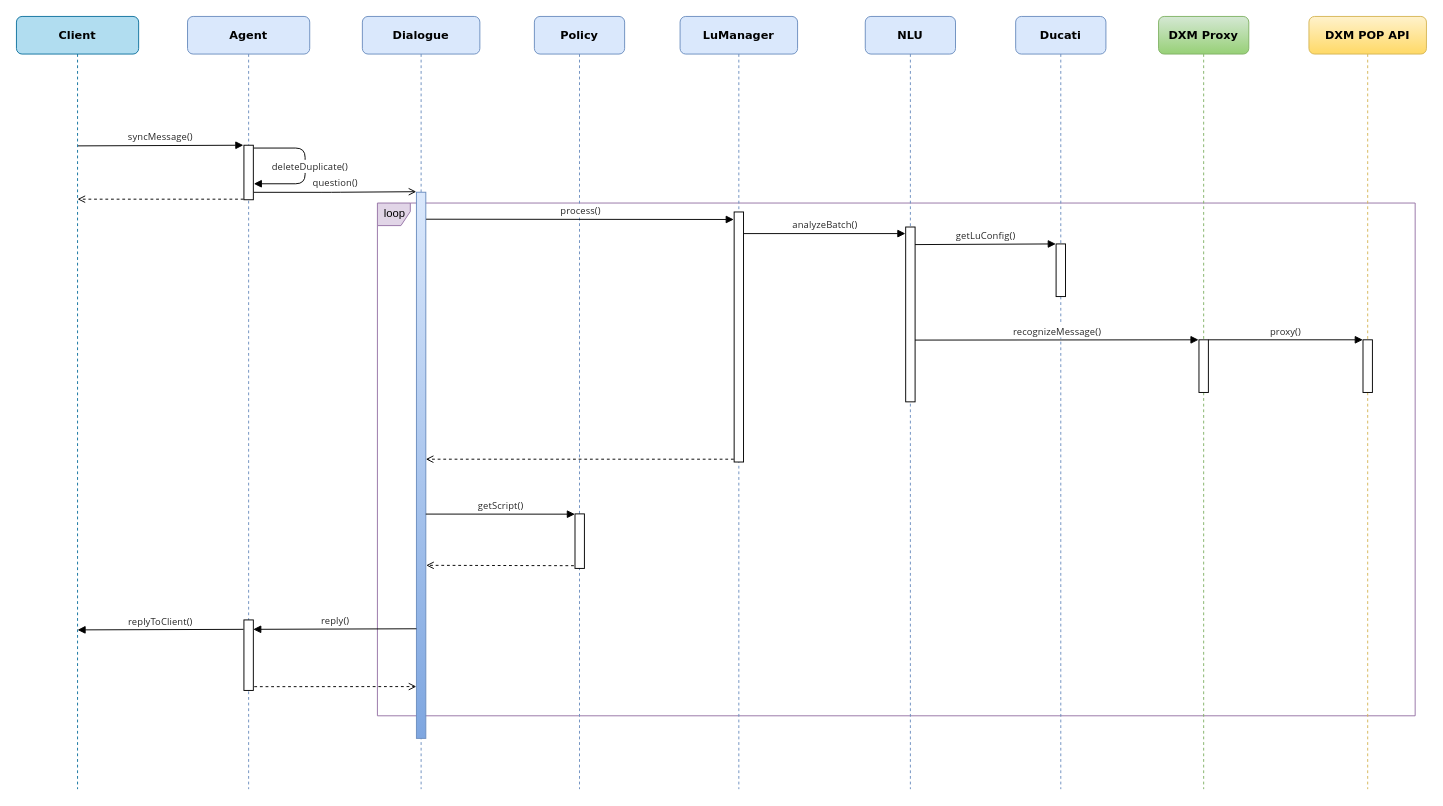
The draw.io diagram leyan/dxm/Sequence Diagram 6.drawio in GeekKwok/UML, before the edit. Source tidied: cells renumbered, new cells numbered last; positions are measured from the earlier drawing's top-left corner, leaving out a move shared by most shapes. Both pictures are drawn from the tidied source at 94%, with x=0, y=0 at pixel (16, 16).
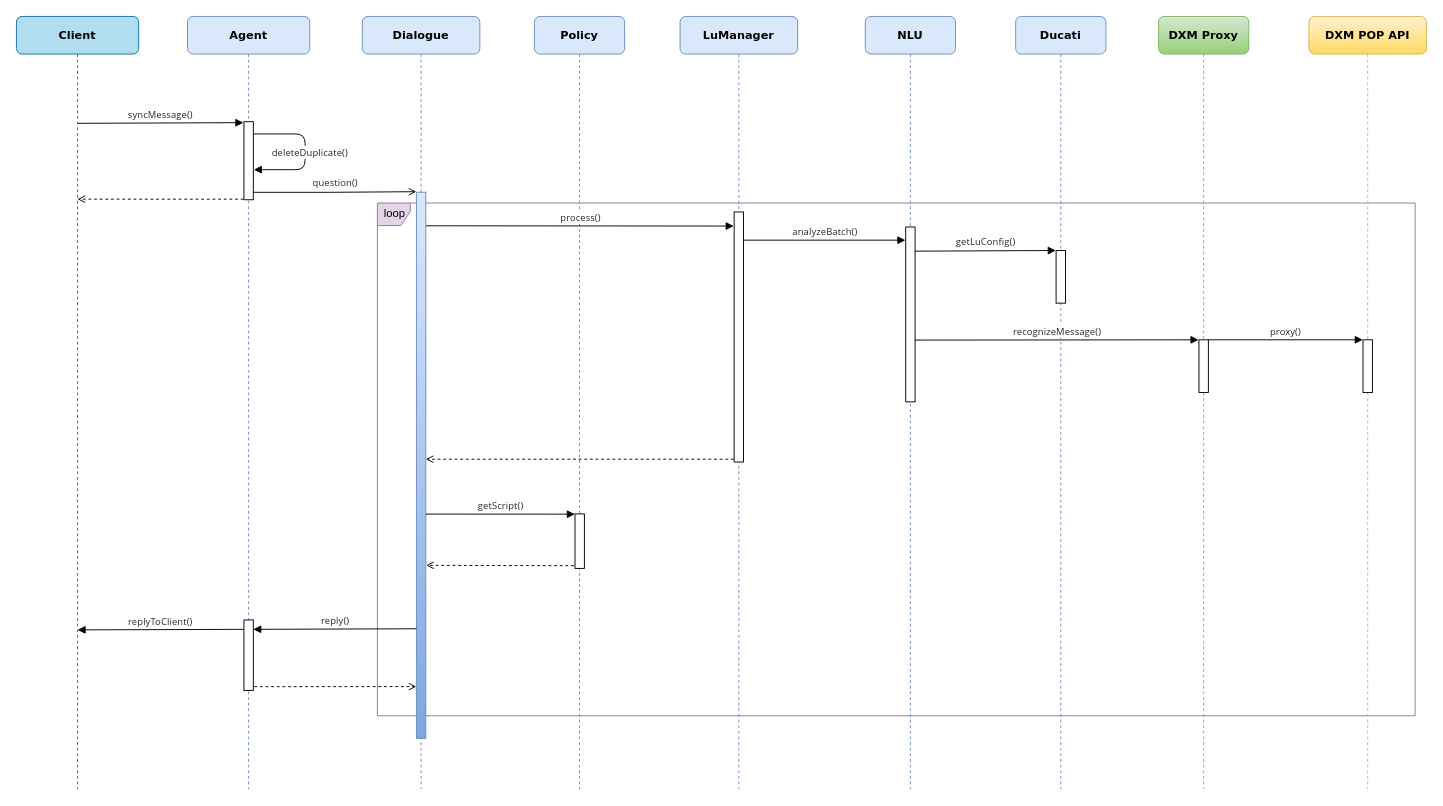
The same diagram, later.

Unchanged cells that the change refers to:
```xml
<mxCell id="3" value="&lt;b&gt;Ducati&lt;/b&gt;" style="shape=umlLifeline;perimeter=lifelinePerimeter;whiteSpace=wrap;html=1;rounded=1;shadow=0;comic=0;labelBackgroundColor=none;strokeWidth=1;fontFamily=Verdana;fontSize=12;align=center;fillColor=#dae8fc;strokeColor=#6c8ebf;" parent="1" vertex="1">
  <mxGeometry x="1063" width="96" height="822" as="geometry" />
</mxCell>
<mxCell id="6" value="&lt;b&gt;Agent&lt;/b&gt;" style="shape=umlLifeline;perimeter=lifelinePerimeter;whiteSpace=wrap;html=1;rounded=1;shadow=0;comic=0;labelBackgroundColor=none;strokeWidth=1;fontFamily=Verdana;fontSize=12;align=center;fillColor=#dae8fc;strokeColor=#6c8ebf;" parent="1" vertex="1">
  <mxGeometry x="182" width="130" height="822" as="geometry" />
</mxCell>
```

Change to the diagram source:
```diff
@@
     <mxCell id="4" style="html=1;perimeter=orthogonalPerimeter;rounded=0;shadow=0;comic=0;labelBackgroundColor=none;strokeWidth=1;fontFamily=Verdana;fontSize=10;align=center;" parent="3" vertex="1">
-      <mxGeometry x="43" y="242" width="10" height="56" as="geometry" />
+      <mxGeometry x="43" y="249" width="10" height="56" as="geometry" />
     </mxCell>
@@
     <mxCell id="7" style="html=1;points=[];perimeter=orthogonalPerimeter;rounded=0;shadow=0;comic=0;labelBackgroundColor=none;strokeWidth=1;fontFamily=Verdana;fontSize=10;align=center;" parent="6" vertex="1">
-      <mxGeometry x="60" y="137" width="10" height="58" as="geometry" />
+      <mxGeometry x="60" y="112" width="10" height="83" as="geometry" />
     </mxCell>
@@
-    <mxCell id="21" value="&lt;font color=&quot;#262626&quot; face=&quot;chinese quote, segoe ui, roboto, pingfang sc, hiragino sans gb, microsoft yahei, helvetica neue, helvetica, arial, sans-serif, apple color emoji&quot; style=&quot;font-size: 10px;&quot;&gt;&lt;span style=&quot;font-size: 10px; letter-spacing: 0.12px; background-color: rgb(255, 255, 255);&quot;&gt;syncMessage()&lt;/span&gt;&lt;/font&gt;" style="html=1;verticalAlign=bottom;endArrow=block;labelBackgroundColor=none;fontFamily=Verdana;fontSize=10;edgeStyle=elbowEdgeStyle;elbow=vertical;entryX=-0.06;entryY=0;entryDx=0;entryDy=0;entryPerimeter=0;" parent="1" edge="1" target="7">
+    <mxCell id="21" value="&lt;font color=&quot;#262626&quot; face=&quot;chinese quote, segoe ui, roboto, pingfang sc, hiragino sans gb, microsoft yahei, helvetica neue, helvetica, arial, sans-serif, apple color emoji&quot; style=&quot;font-size: 10px;&quot;&gt;&lt;span style=&quot;font-size: 10px; letter-spacing: 0.12px; background-color: rgb(255, 255, 255);&quot;&gt;syncMessage()&lt;/span&gt;&lt;/font&gt;" style="html=1;verticalAlign=bottom;endArrow=block;labelBackgroundColor=none;fontFamily=Verdana;fontSize=10;edgeStyle=elbowEdgeStyle;elbow=vertical;entryX=-0.06;entryY=0;entryDx=0;entryDy=0;entryPerimeter=0;" parent="1" edge="1">
       <mxGeometry relative="1" as="geometry">
-        <mxPoint x="65.5" y="137.7" as="sourcePoint" />
+        <mxPoint x="65.5" y="113.7" as="sourcePoint" />
+        <mxPoint x="241.4" y="113" as="targetPoint" />
       </mxGeometry>
     </mxCell>
@@
     <mxCell id="23" value="&lt;font color=&quot;#262626&quot; face=&quot;chinese quote, segoe ui, roboto, pingfang sc, hiragino sans gb, microsoft yahei, helvetica neue, helvetica, arial, sans-serif, apple color emoji&quot; style=&quot;font-size: 10px;&quot;&gt;&lt;span style=&quot;font-size: 10px; letter-spacing: 0.12px; background-color: rgb(255, 255, 255);&quot;&gt;deleteDuplicate()&lt;/span&gt;&lt;/font&gt;" style="html=1;verticalAlign=bottom;endArrow=block;labelBackgroundColor=none;fontFamily=Verdana;fontSize=10;elbow=vertical;edgeStyle=orthogonalEdgeStyle;exitX=1.038;exitY=0.345;exitPerimeter=0;rounded=1;" parent="1" edge="1">
       <mxGeometry x="0.14" y="5" relative="1" as="geometry">
-        <mxPoint x="252.5" y="140" as="sourcePoint" />
-        <mxPoint x="252.5" y="178" as="targetPoint" />
+        <mxPoint x="252.5" y="125" as="sourcePoint" />
+        <mxPoint x="252.5" y="163" as="targetPoint" />
         <Array as="points">
-          <mxPoint x="307.1" y="139.9" />
-          <mxPoint x="307.1" y="177.9" />
+          <mxPoint x="307.1" y="124.9" />
+          <mxPoint x="307.1" y="162.9" />
         </Array>
       </mxGeometry>
     </mxCell>
     <mxCell id="24" value="&lt;font color=&quot;#262626&quot; face=&quot;chinese quote, segoe ui, roboto, pingfang sc, hiragino sans gb, microsoft yahei, helvetica neue, helvetica, arial, sans-serif, apple color emoji&quot; style=&quot;font-size: 10px;&quot;&gt;&lt;span style=&quot;font-size: 10px; letter-spacing: 0.12px; background-color: rgb(255, 255, 255);&quot;&gt;process()&lt;/span&gt;&lt;/font&gt;" style="html=1;verticalAlign=bottom;endArrow=block;labelBackgroundColor=none;fontFamily=Verdana;fontSize=10;edgeStyle=elbowEdgeStyle;elbow=vertical;entryX=-0.047;entryY=-0.002;entryDx=0;entryDy=0;entryPerimeter=0;" parent="1" edge="1">
       <mxGeometry relative="1" as="geometry">
-        <mxPoint x="435.8" y="215.7" as="sourcePoint" />
-        <mxPoint x="763.1" y="215.4" as="targetPoint" />
+        <mxPoint x="435.8" y="222.7" as="sourcePoint" />
+        <mxPoint x="763.1" y="222.4" as="targetPoint" />
       </mxGeometry>
     </mxCell>
     <mxCell id="25" value="&lt;font color=&quot;#262626&quot; face=&quot;chinese quote, segoe ui, roboto, pingfang sc, hiragino sans gb, microsoft yahei, helvetica neue, helvetica, arial, sans-serif, apple color emoji&quot; style=&quot;font-size: 10px;&quot;&gt;&lt;span style=&quot;font-size: 10px; letter-spacing: 0.12px; background-color: rgb(255, 255, 255);&quot;&gt;analyzeBatch()&lt;/span&gt;&lt;/font&gt;" style="html=1;verticalAlign=bottom;endArrow=block;labelBackgroundColor=none;fontFamily=Verdana;fontSize=10;edgeStyle=elbowEdgeStyle;elbow=vertical;entryX=-0.026;entryY=-0.004;entryDx=0;entryDy=0;entryPerimeter=0;" parent="1" edge="1">
       <mxGeometry relative="1" as="geometry">
-        <mxPoint x="774" y="231" as="sourcePoint" />
-        <mxPoint x="945.7" y="230.2" as="targetPoint" />
+        <mxPoint x="774" y="238" as="sourcePoint" />
+        <mxPoint x="945.7" y="237.2" as="targetPoint" />
         <Array as="points">
-          <mxPoint x="863" y="231" />
-          <mxPoint x="927" y="232" />
+          <mxPoint x="863" y="238" />
+          <mxPoint x="927" y="239" />
         </Array>
       </mxGeometry>
     </mxCell>
     <mxCell id="26" value="&lt;font color=&quot;#262626&quot; face=&quot;chinese quote, segoe ui, roboto, pingfang sc, hiragino sans gb, microsoft yahei, helvetica neue, helvetica, arial, sans-serif, apple color emoji&quot; style=&quot;font-size: 10px;&quot;&gt;&lt;span style=&quot;font-size: 10px; letter-spacing: 0.12px; background-color: rgb(255, 255, 255);&quot;&gt;getLuConfig()&lt;/span&gt;&lt;/font&gt;" style="html=1;verticalAlign=bottom;endArrow=block;labelBackgroundColor=none;fontFamily=Verdana;fontSize=10;edgeStyle=elbowEdgeStyle;elbow=vertical;entryX=-0.034;entryY=-0.021;entryDx=0;entryDy=0;entryPerimeter=0;" parent="1" edge="1">
       <mxGeometry relative="1" as="geometry">
-        <mxPoint x="956" y="242.7" as="sourcePoint" />
-        <mxPoint x="1105.7" y="241.4" as="targetPoint" />
+        <mxPoint x="956" y="249.7" as="sourcePoint" />
+        <mxPoint x="1105.7" y="248.4" as="targetPoint" />
       </mxGeometry>
     </mxCell>
```
